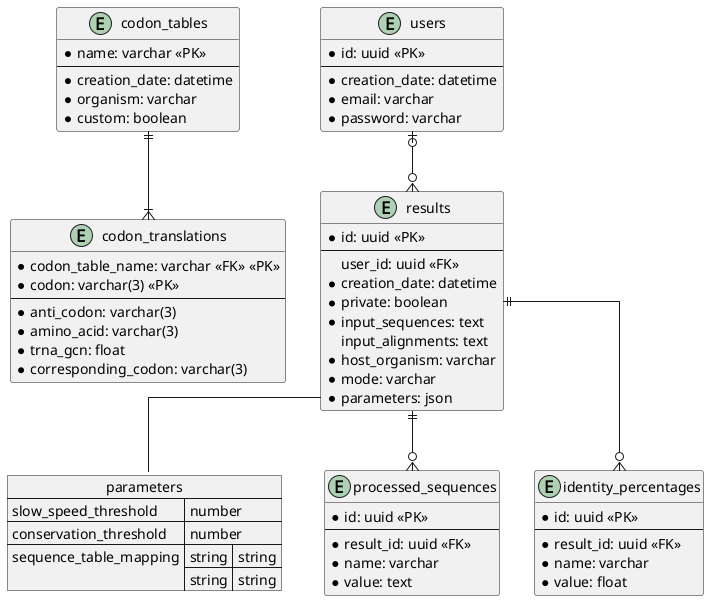
This is db_schema.png from tbonnabaud/expressinhost_web, a PlantUML export, as it was before one commit. Source of this version:
```plantuml
@startuml db_schema
skinparam linetype ortho

entity codon_tables {
    * name: varchar <<PK>>
    --
    * creation_date: datetime
    * organism: varchar
    * custom: boolean
}

entity codon_translations {
    * codon_table_name: varchar <<FK>> <<PK>>
    * codon: varchar(3) <<PK>>
    --
    * anti_codon: varchar(3)
    * amino_acid: varchar(3)
    * trna_gcn: float
    * corresponding_codon: varchar(3)
}

entity users {
    * id: uuid <<PK>>
    --
    * creation_date: datetime
    * email: varchar
    * password: varchar
}

entity results {
    * id: uuid <<PK>>
    --
    user_id: uuid <<FK>>
    * creation_date: datetime
    * private: boolean
    * input_sequences: text
    input_alignments: text
    * host_organism: varchar
    * mode: varchar
    * parameters: json
}

json parameters {
    "slow_speed_threshold": "number",
    "conservation_threshold": "number",
    "sequence_table_mapping": {
        "string": "string",
        "string": "string"
    }
}

entity processed_sequences {
    * id: uuid <<PK>>
    --
    * result_id: uuid <<FK>>
    * name: varchar
    * value: text
}

entity identity_percentages {
    * id: uuid <<PK>>
    --
    * result_id: uuid <<FK>>
    * name: varchar
    * value: float
}

users |o--o{ results
results ||--o{ processed_sequences
results ||--o{ identity_percentages
results -- parameters
codon_tables ||--|{ codon_translations
@enduml
```
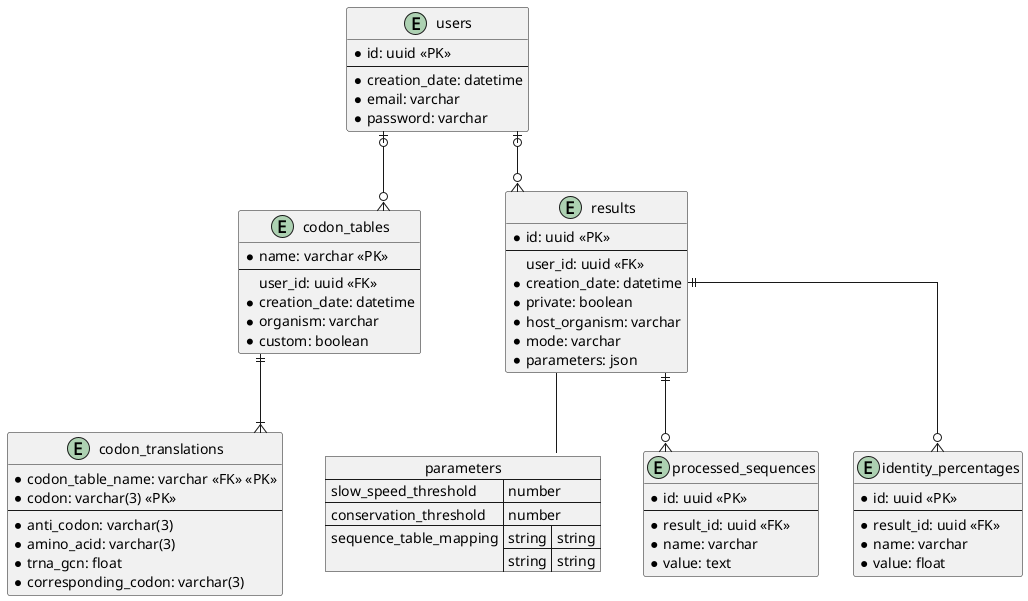
The same diagram one commit later.

The edit, as a diff of the source:
```diff
@@ -4,6 +4,7 @@
 entity codon_tables {
     * name: varchar <<PK>>
     --
+    user_id: uuid <<FK>>
     * creation_date: datetime
     * organism: varchar
     * custom: boolean
@@ -33,8 +34,6 @@
     user_id: uuid <<FK>>
     * creation_date: datetime
     * private: boolean
-    * input_sequences: text
-    input_alignments: text
     * host_organism: varchar
     * mode: varchar
     * parameters: json
@@ -66,6 +65,7 @@
 }
 
 users |o--o{ results
+users |o--o{ codon_tables
 results ||--o{ processed_sequences
 results ||--o{ identity_percentages
 results -- parameters
```
